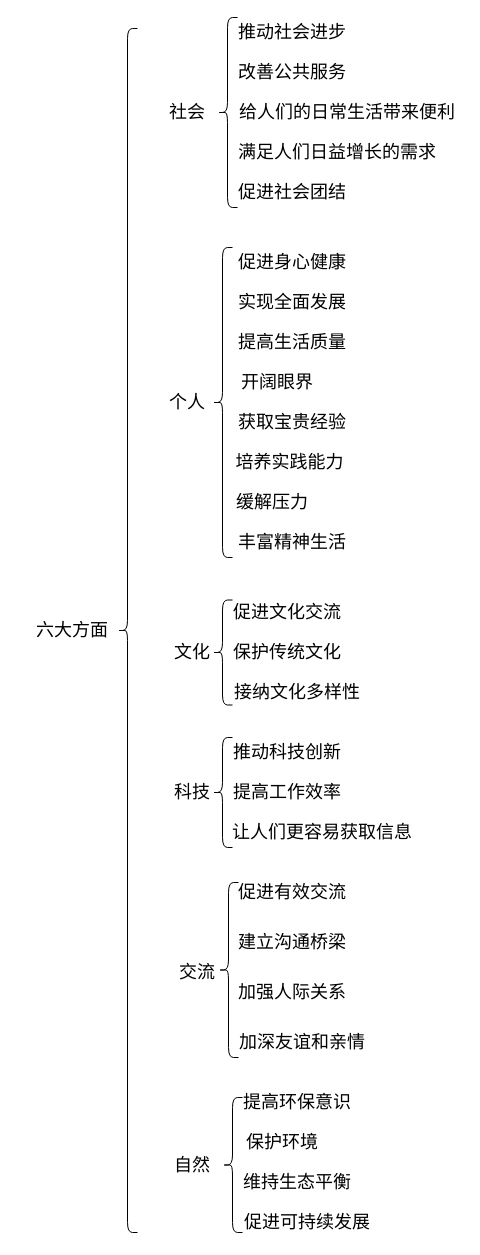
Above: 英二大作文.drawio in 2968392441/draw (draw.io), before the change. Source tidied: cells renumbered, new cells numbered last; positions are measured from the earlier drawing's top-left corner, leaving out a move shared by most shapes. Both pictures are drawn from the tidied source at 100%, with x=0, y=0 at pixel (17, 17).
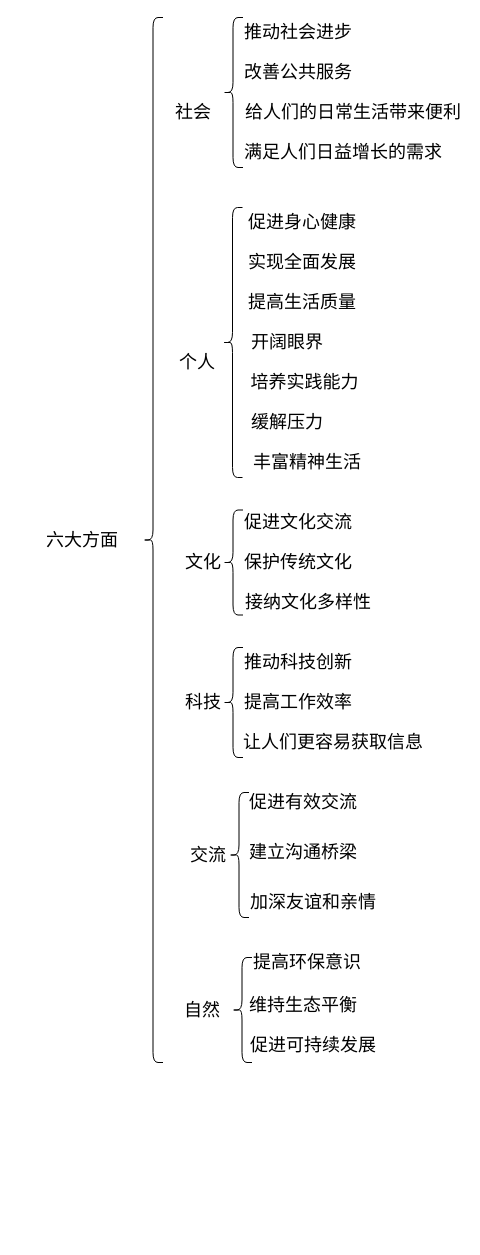
The same page after the edit.

Commit message:
更新英二大作文.drawio

What changed in the source:
```diff
@@
     <mxCell id="2" value="&lt;font style=&quot;font-size: 18px;&quot;&gt;社会&lt;/font&gt;" style="text;html=1;whiteSpace=wrap;strokeColor=none;fillColor=none;align=center;verticalAlign=middle;rounded=0;" parent="1" vertex="1">
-      <mxGeometry x="140" y="80" width="60" height="30" as="geometry" />
+      <mxGeometry x="145.5" y="80" width="60" height="30" as="geometry" />
     </mxCell>
     <mxCell id="3" value="&lt;font style=&quot;font-size: 18px;&quot;&gt;接纳文化多样性&lt;/font&gt;" style="text;html=1;whiteSpace=wrap;strokeColor=none;fillColor=none;align=center;verticalAlign=middle;rounded=0;" parent="1" vertex="1">
-      <mxGeometry x="215" y="660" width="130" height="30" as="geometry" />
+      <mxGeometry x="225.5" y="570" width="130" height="30" as="geometry" />
     </mxCell>
     <mxCell id="4" value="&lt;font style=&quot;font-size: 18px;&quot;&gt;保护传统文化&lt;/font&gt;" style="text;html=1;whiteSpace=wrap;strokeColor=none;fillColor=none;align=center;verticalAlign=middle;rounded=0;" parent="1" vertex="1">
-      <mxGeometry x="215" y="620" width="110" height="30" as="geometry" />
+      <mxGeometry x="225.5" y="530" width="110" height="30" as="geometry" />
     </mxCell>
     <mxCell id="5" value="&lt;font style=&quot;font-size: 18px;&quot;&gt;促进文化交流&lt;/font&gt;" style="text;html=1;whiteSpace=wrap;strokeColor=none;fillColor=none;align=center;verticalAlign=middle;rounded=0;" parent="1" vertex="1">
-      <mxGeometry x="215" y="580" width="110" height="30" as="geometry" />
+      <mxGeometry x="225.5" y="490" width="110" height="30" as="geometry" />
     </mxCell>
     <mxCell id="6" value="&lt;span style=&quot;font-size: 18px;&quot;&gt;推动科技创新&lt;/span&gt;" style="text;html=1;whiteSpace=wrap;strokeColor=none;fillColor=none;align=center;verticalAlign=middle;rounded=0;" parent="1" vertex="1">
-      <mxGeometry x="205" y="720" width="130" height="30" as="geometry" />
+      <mxGeometry x="215.5" y="630" width="130" height="30" as="geometry" />
     </mxCell>
     <mxCell id="7" value="&lt;span style=&quot;font-size: 18px;&quot;&gt;让人们更容易获取信息&lt;/span&gt;" style="text;html=1;whiteSpace=wrap;strokeColor=none;fillColor=none;align=center;verticalAlign=middle;rounded=0;" parent="1" vertex="1">
-      <mxGeometry x="205" y="800" width="200" height="30" as="geometry" />
+      <mxGeometry x="215.5" y="710" width="200" height="30" as="geometry" />
     </mxCell>
     <mxCell id="8" value="&lt;font style=&quot;font-size: 18px;&quot;&gt;提高工作效率&lt;/font&gt;" style="text;html=1;whiteSpace=wrap;strokeColor=none;fillColor=none;align=center;verticalAlign=middle;rounded=0;" parent="1" vertex="1">
-      <mxGeometry x="205" y="760" width="130" height="30" as="geometry" />
+      <mxGeometry x="215.5" y="670" width="130" height="30" as="geometry" />
     </mxCell>
     <mxCell id="9" value="&lt;font style=&quot;font-size: 18px;&quot;&gt;促进可持续发展&lt;/font&gt;" style="text;html=1;whiteSpace=wrap;strokeColor=none;fillColor=none;align=center;verticalAlign=middle;rounded=0;" parent="1" vertex="1">
-      <mxGeometry x="225" y="1190" width="130" height="30" as="geometry" />
+      <mxGeometry x="230.5" y="1012.5" width="130" height="30" as="geometry" />
     </mxCell>
     <mxCell id="10" value="&lt;font style=&quot;font-size: 18px;&quot;&gt;维持生态平衡&lt;/font&gt;" style="text;html=1;whiteSpace=wrap;strokeColor=none;fillColor=none;align=center;verticalAlign=middle;rounded=0;" parent="1" vertex="1">
-      <mxGeometry x="225" y="1150" width="110" height="30" as="geometry" />
+      <mxGeometry x="230.5" y="972.5" width="110" height="30" as="geometry" />
     </mxCell>
-    <mxCell id="11" value="&lt;font style=&quot;font-size: 18px;&quot;&gt;保护环境&lt;/font&gt;" style="text;html=1;whiteSpace=wrap;strokeColor=none;fillColor=none;align=center;verticalAlign=middle;rounded=0;" parent="1" vertex="1">
-      <mxGeometry x="225" y="1110" width="80" height="30" as="geometry" />
-    </mxCell>
     <mxCell id="12" value="&lt;font style=&quot;font-size: 18px;&quot;&gt;提高环保意识&lt;/font&gt;" style="text;html=1;whiteSpace=wrap;strokeColor=none;fillColor=none;align=center;verticalAlign=middle;rounded=0;" parent="1" vertex="1">
-      <mxGeometry x="225" y="1070" width="110" height="30" as="geometry" />
+      <mxGeometry x="234.5" y="930" width="110" height="30" as="geometry" />
     </mxCell>
     <mxCell id="13" value="&lt;font style=&quot;font-size: 18px;&quot;&gt;加深友谊和亲情&lt;/font&gt;" style="text;html=1;whiteSpace=wrap;strokeColor=none;fillColor=none;align=center;verticalAlign=middle;rounded=0;" parent="1" vertex="1">
-      <mxGeometry x="220" y="1010" width="130" height="30" as="geometry" />
+      <mxGeometry x="230.5" y="870" width="130" height="30" as="geometry" />
     </mxCell>
-    <mxCell id="14" value="&lt;font style=&quot;font-size: 18px;&quot;&gt;加强人际关系&lt;/font&gt;" style="text;html=1;whiteSpace=wrap;strokeColor=none;fillColor=none;align=center;verticalAlign=middle;rounded=0;" parent="1" vertex="1">
-      <mxGeometry x="210" y="960" width="130" height="30" as="geometry" />
-    </mxCell>
     <mxCell id="15" value="&lt;span style=&quot;font-size: 18px;&quot;&gt;建立沟通桥梁&lt;/span&gt;" style="text;html=1;whiteSpace=wrap;strokeColor=none;fillColor=none;align=center;verticalAlign=middle;rounded=0;" parent="1" vertex="1">
-      <mxGeometry x="210" y="910" width="130" height="30" as="geometry" />
+      <mxGeometry x="220.5" y="820" width="130" height="30" as="geometry" />
     </mxCell>
     <mxCell id="16" value="&lt;font style=&quot;font-size: 18px;&quot;&gt;促进有效交流&lt;/font&gt;" style="text;html=1;whiteSpace=wrap;strokeColor=none;fillColor=none;align=center;verticalAlign=middle;rounded=0;" parent="1" vertex="1">
-      <mxGeometry x="220" y="860" width="110" height="30" as="geometry" />
+      <mxGeometry x="230.5" y="770" width="110" height="30" as="geometry" />
     </mxCell>
-    <mxCell id="17" value="&lt;font style=&quot;font-size: 18px;&quot;&gt;促进社会团结&lt;/font&gt;" style="text;html=1;whiteSpace=wrap;strokeColor=none;fillColor=none;align=center;verticalAlign=middle;rounded=0;" parent="1" vertex="1">
-      <mxGeometry x="210" y="160" width="130" height="30" as="geometry" />
-    </mxCell>
     <mxCell id="18" value="&lt;font style=&quot;font-size: 18px;&quot;&gt;满足人们日益增长的需求&lt;/font&gt;" style="text;html=1;whiteSpace=wrap;strokeColor=none;fillColor=none;align=center;verticalAlign=middle;rounded=0;" parent="1" vertex="1">
-      <mxGeometry x="220" y="120" width="200" height="30" as="geometry" />
+      <mxGeometry x="225.5" y="120" width="200" height="30" as="geometry" />
     </mxCell>
     <mxCell id="19" value="&lt;font style=&quot;font-size: 18px;&quot;&gt;给人们的日常生活带来便利&lt;/font&gt;" style="text;html=1;whiteSpace=wrap;strokeColor=none;fillColor=none;align=center;verticalAlign=middle;rounded=0;" parent="1" vertex="1">
-      <mxGeometry x="220" y="80" width="220" height="30" as="geometry" />
+      <mxGeometry x="225.5" y="80" width="220" height="30" as="geometry" />
     </mxCell>
     <mxCell id="20" value="&lt;font style=&quot;font-size: 18px;&quot;&gt;改善公共服务&lt;/font&gt;" style="text;html=1;whiteSpace=wrap;strokeColor=none;fillColor=none;align=center;verticalAlign=middle;rounded=0;" parent="1" vertex="1">
-      <mxGeometry x="220" y="40" width="110" height="30" as="geometry" />
+      <mxGeometry x="225.5" y="40" width="110" height="30" as="geometry" />
     </mxCell>
     <mxCell id="21" value="&lt;font style=&quot;font-size: 18px;&quot;&gt;推动社会进步&lt;/font&gt;" style="text;html=1;whiteSpace=wrap;strokeColor=none;fillColor=none;align=center;verticalAlign=middle;rounded=0;" parent="1" vertex="1">
-      <mxGeometry x="220" width="110" height="30" as="geometry" />
+      <mxGeometry x="225.5" width="110" height="30" as="geometry" />
     </mxCell>
     <mxCell id="22" value="&lt;font style=&quot;font-size: 18px;&quot;&gt;丰富精神生活&lt;/font&gt;" style="text;html=1;whiteSpace=wrap;strokeColor=none;fillColor=none;align=center;verticalAlign=middle;rounded=0;" parent="1" vertex="1">
-      <mxGeometry x="220" y="510" width="110" height="30" as="geometry" />
+      <mxGeometry x="235" y="430" width="110" height="30" as="geometry" />
     </mxCell>
     <mxCell id="23" value="&lt;font style=&quot;font-size: 18px;&quot;&gt;缓解压力&lt;/font&gt;" style="text;html=1;whiteSpace=wrap;strokeColor=none;fillColor=none;align=center;verticalAlign=middle;rounded=0;" parent="1" vertex="1">
-      <mxGeometry x="215" y="470" width="80" height="30" as="geometry" />
+      <mxGeometry x="230" y="390" width="80" height="30" as="geometry" />
     </mxCell>
     <mxCell id="24" value="&lt;font style=&quot;font-size: 18px;&quot;&gt;培养实践能力&lt;/font&gt;" style="text;html=1;whiteSpace=wrap;strokeColor=none;fillColor=none;align=center;verticalAlign=middle;rounded=0;" parent="1" vertex="1">
-      <mxGeometry x="200" y="430" width="145" height="30" as="geometry" />
+      <mxGeometry x="215" y="350" width="145" height="30" as="geometry" />
     </mxCell>
-    <mxCell id="25" value="&lt;font style=&quot;font-size: 18px;&quot;&gt;获取宝贵经验&lt;/font&gt;" style="text;html=1;whiteSpace=wrap;strokeColor=none;fillColor=none;align=center;verticalAlign=middle;rounded=0;" parent="1" vertex="1">
-      <mxGeometry x="210" y="390" width="130" height="30" as="geometry" />
-    </mxCell>
     <mxCell id="26" value="&lt;font style=&quot;font-size: 18px;&quot;&gt;开阔眼界&lt;/font&gt;" style="text;html=1;whiteSpace=wrap;strokeColor=none;fillColor=none;align=center;verticalAlign=middle;rounded=0;" parent="1" vertex="1">
-      <mxGeometry x="200" y="350" width="120" height="30" as="geometry" />
+      <mxGeometry x="210" y="310" width="120" height="30" as="geometry" />
     </mxCell>
     <mxCell id="27" value="&lt;font style=&quot;font-size: 18px;&quot;&gt;提高生活质量&lt;/font&gt;" style="text;html=1;whiteSpace=wrap;strokeColor=none;fillColor=none;align=center;verticalAlign=middle;rounded=0;" parent="1" vertex="1">
-      <mxGeometry x="220" y="310" width="110" height="30" as="geometry" />
+      <mxGeometry x="230" y="270" width="110" height="30" as="geometry" />
     </mxCell>
     <mxCell id="28" value="&lt;font style=&quot;font-size: 18px;&quot;&gt;实现全面发展&lt;/font&gt;" style="text;html=1;whiteSpace=wrap;strokeColor=none;fillColor=none;align=center;verticalAlign=middle;rounded=0;" parent="1" vertex="1">
-      <mxGeometry x="220" y="270" width="110" height="30" as="geometry" />
+      <mxGeometry x="230" y="230" width="110" height="30" as="geometry" />
     </mxCell>
     <mxCell id="29" value="&lt;font style=&quot;font-size: 18px;&quot;&gt;促进身心健康&lt;/font&gt;" style="text;html=1;whiteSpace=wrap;strokeColor=none;fillColor=none;align=center;verticalAlign=middle;rounded=0;" parent="1" vertex="1">
-      <mxGeometry x="220" y="230" width="110" height="30" as="geometry" />
+      <mxGeometry x="230" y="190" width="110" height="30" as="geometry" />
     </mxCell>
     <mxCell id="30" value="&lt;font style=&quot;font-size: 18px;&quot;&gt;六大方面&lt;/font&gt;" style="text;html=1;whiteSpace=wrap;strokeColor=none;fillColor=none;align=center;verticalAlign=middle;rounded=0;" parent="1" vertex="1">
-      <mxGeometry y="598" width="110" height="30" as="geometry" />
+      <mxGeometry x="10" y="507.5" width="110" height="30" as="geometry" />
     </mxCell>
     <mxCell id="31" value="&lt;font style=&quot;font-size: 18px;&quot;&gt;交流&lt;/font&gt;" style="text;html=1;whiteSpace=wrap;strokeColor=none;fillColor=none;align=center;verticalAlign=middle;rounded=0;" parent="1" vertex="1">
-      <mxGeometry x="150" y="940" width="60" height="30" as="geometry" />
+      <mxGeometry x="160.5" y="822.5" width="60" height="30" as="geometry" />
     </mxCell>
     <mxCell id="32" value="&lt;font style=&quot;font-size: 18px;&quot;&gt;个人&lt;/font&gt;" style="text;html=1;whiteSpace=wrap;strokeColor=none;fillColor=none;align=center;verticalAlign=middle;rounded=0;" parent="1" vertex="1">
-      <mxGeometry x="140" y="370" width="60" height="30" as="geometry" />
+      <mxGeometry x="150" y="330" width="60" height="30" as="geometry" />
     </mxCell>
     <mxCell id="33" value="&lt;font style=&quot;font-size: 18px;&quot;&gt;文化&lt;/font&gt;" style="text;html=1;whiteSpace=wrap;strokeColor=none;fillColor=none;align=center;verticalAlign=middle;rounded=0;" parent="1" vertex="1">
-      <mxGeometry x="145" y="620" width="60" height="30" as="geometry" />
+      <mxGeometry x="155.5" y="530" width="60" height="30" as="geometry" />
     </mxCell>
     <mxCell id="34" value="&lt;font style=&quot;font-size: 18px;&quot;&gt;科技&lt;/font&gt;" style="text;html=1;whiteSpace=wrap;strokeColor=none;fillColor=none;align=center;verticalAlign=middle;rounded=0;" parent="1" vertex="1">
-      <mxGeometry x="145" y="760" width="60" height="30" as="geometry" />
+      <mxGeometry x="155.5" y="670" width="60" height="30" as="geometry" />
     </mxCell>
     <mxCell id="35" value="&lt;font style=&quot;font-size: 18px;&quot;&gt;自然&lt;/font&gt;" style="text;html=1;whiteSpace=wrap;strokeColor=none;fillColor=none;align=center;verticalAlign=middle;rounded=0;" parent="1" vertex="1">
-      <mxGeometry x="145" y="1132.5" width="60" height="30" as="geometry" />
+      <mxGeometry x="154.5" y="977.5" width="60" height="30" as="geometry" />
     </mxCell>
     <mxCell id="36" style="shape=curlyBracket;whiteSpace=wrap;html=1;rounded=1;labelPosition=left;verticalLabelPosition=middle;align=right;verticalAlign=middle;labelPerimeter=1;" parent="1" vertex="1">
-      <mxGeometry x="195" y="230" width="20" height="310" as="geometry" />
+      <mxGeometry x="205" y="190" width="20" height="270" as="geometry" />
     </mxCell>
     <mxCell id="37" style="shape=curlyBracket;whiteSpace=wrap;html=1;rounded=1;labelPosition=left;verticalLabelPosition=middle;align=right;verticalAlign=middle;labelPerimeter=1;" parent="1" vertex="1">
-      <mxGeometry x="200" width="20" height="190" as="geometry" />
+      <mxGeometry x="205.5" width="20" height="150" as="geometry" />
     </mxCell>
     <mxCell id="38" style="shape=curlyBracket;whiteSpace=wrap;html=1;rounded=1;labelPosition=left;verticalLabelPosition=middle;align=right;verticalAlign=middle;labelPerimeter=1;" parent="1" vertex="1">
-      <mxGeometry x="201" y="865" width="20" height="175" as="geometry" />
+      <mxGeometry x="211.5" y="775" width="20" height="125" as="geometry" />
     </mxCell>
     <mxCell id="39" style="shape=curlyBracket;whiteSpace=wrap;html=1;rounded=1;labelPosition=left;verticalLabelPosition=middle;align=right;verticalAlign=middle;labelPerimeter=1;" parent="1" vertex="1">
-      <mxGeometry x="205" y="1080" width="20" height="135" as="geometry" />
+      <mxGeometry x="214.5" y="940" width="20" height="105" as="geometry" />
     </mxCell>
     <mxCell id="40" style="shape=curlyBracket;whiteSpace=wrap;html=1;rounded=1;labelPosition=left;verticalLabelPosition=middle;align=right;verticalAlign=middle;labelPerimeter=1;" parent="1" vertex="1">
-      <mxGeometry x="195" y="720" width="20" height="110" as="geometry" />
+      <mxGeometry x="205.5" y="630" width="20" height="110" as="geometry" />
     </mxCell>
     <mxCell id="41" style="shape=curlyBracket;whiteSpace=wrap;html=1;rounded=1;labelPosition=left;verticalLabelPosition=middle;align=right;verticalAlign=middle;labelPerimeter=1;" parent="1" vertex="1">
-      <mxGeometry x="195" y="582.5" width="20" height="105" as="geometry" />
+      <mxGeometry x="205.5" y="492.5" width="20" height="105" as="geometry" />
     </mxCell>
     <mxCell id="42" style="shape=curlyBracket;whiteSpace=wrap;html=1;rounded=1;labelPosition=left;verticalLabelPosition=middle;align=right;verticalAlign=middle;labelPerimeter=1;" parent="1" vertex="1">
-      <mxGeometry x="100" y="11" width="20" height="1204" as="geometry" />
+      <mxGeometry x="125.5" width="20" height="1045" as="geometry" />
     </mxCell>
```
